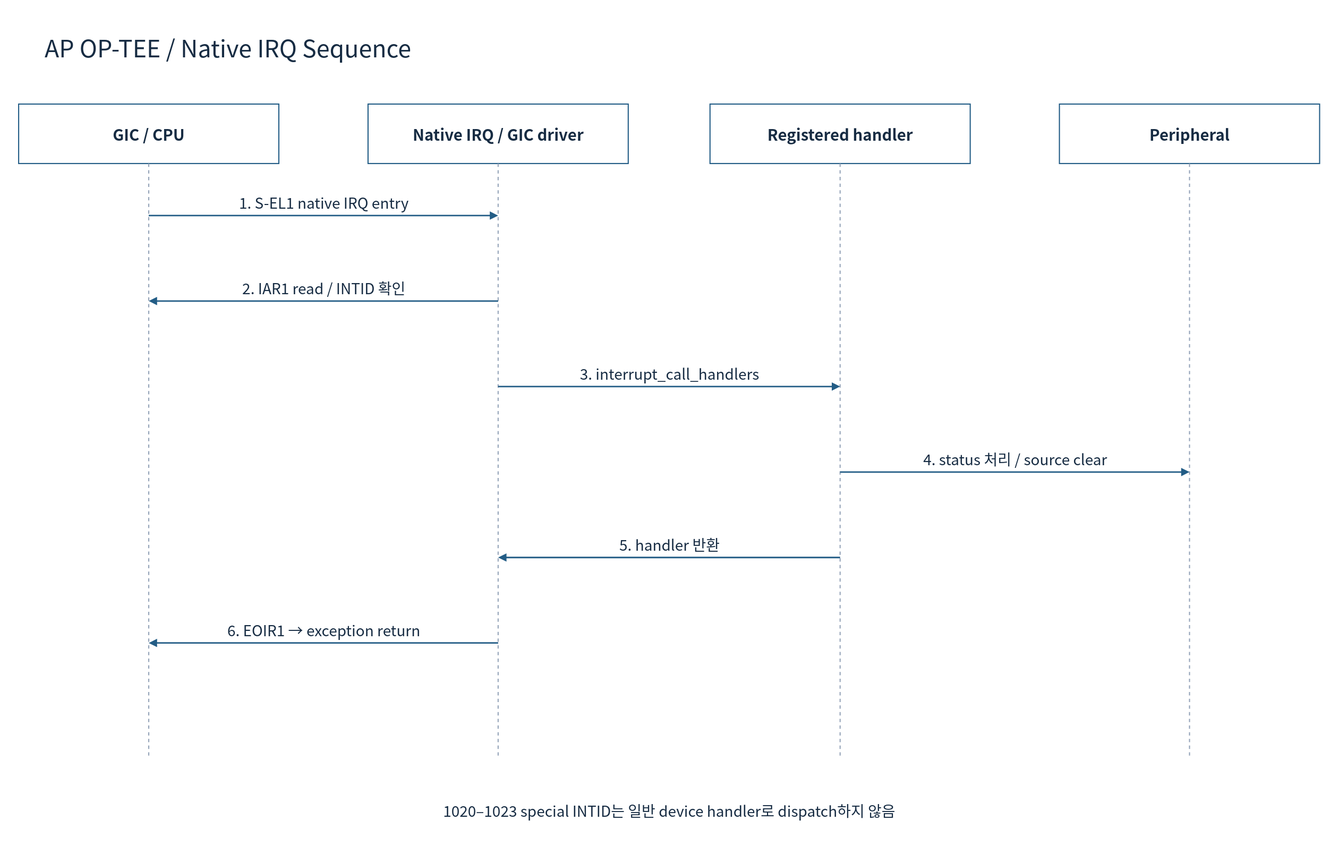
cometzero/project-apollo keeps this draw.io diagram as doc/phase1/interrupt/diagrams/09d-optee-sequence.drawio.svg. Above is the earlier version. Source tidied: cells renumbered, new cells last; positions are measured from the earlier drawing's top-left corner, leaving out a move shared by most shapes.
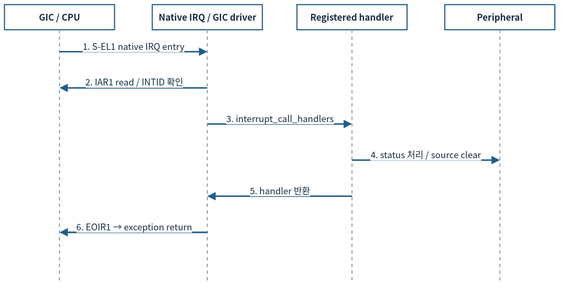
The same diagram one commit later.

Diff of the diagram source:
```diff
@@ -2,92 +2,83 @@
   <root>
     <mxCell id="0" />
     <mxCell id="1" parent="0" />
-    <mxCell id="2" style="rounded=0;whiteSpace=wrap;html=1;fillColor=#FFFFFF;strokeColor=none;strokeWidth=1.5;fontColor=#172C43;fontFamily=Noto Sans CJK KR;fontSize=22;spacing=10;" parent="1" vertex="1">
-      <mxGeometry width="1800" height="1160" as="geometry" />
-    </mxCell>
-    <mxCell id="3" value="AP OP-TEE / Native IRQ Sequence" style="rounded=0;whiteSpace=wrap;html=1;fillColor=#FFFFFF;strokeColor=none;strokeWidth=1.5;fontColor=#172C43;fontFamily=Noto Sans CJK KR;fontSize=22;spacing=10;fontSize=32;align=left;" parent="1" vertex="1">
-      <mxGeometry x="50" y="30" width="1700" height="65" as="geometry" />
-    </mxCell>
-    <mxCell id="4" value="GIC / CPU" style="rounded=0;whiteSpace=wrap;html=1;fillColor=#FFFFFF;strokeColor=#235D86;strokeWidth=1.5;fontColor=#172C43;fontFamily=Noto Sans CJK KR;fontSize=22;spacing=10;fontStyle=1;fontSize=21;" parent="1" vertex="1">
-      <mxGeometry x="25" y="140" width="350" height="80" as="geometry" />
+    <mxCell id="4" value="GIC / CPU" style="rounded=0;whiteSpace=wrap;html=1;fillColor=#FFFFFF;strokeColor=#235D86;strokeWidth=1.5;fontColor=#172C43;fontFamily=Noto Sans CJK KR;fontStyle=1;fontSize=12;spacing=3;whiteSpace=wrap;" parent="1" vertex="1">
+      <mxGeometry x="12" y="12" width="148" height="33.8" as="geometry" />
     </mxCell>
-    <mxCell id="5" style="endArrow=none;dashed=1;strokeColor=#94A3B8;strokeWidth=1.5;" parent="1" edge="1">
+    <mxCell id="5" style="endArrow=none;dashed=1;strokeColor=#94A3B8;strokeWidth=1.5;fontSize=12;spacing=3;whiteSpace=nowrap;" parent="1" edge="1">
       <mxGeometry relative="1" as="geometry">
-        <mxPoint x="200" y="220" as="sourcePoint" />
-        <mxPoint x="200" y="1020" as="targetPoint" />
+        <mxPoint x="86" y="45.8" as="sourcePoint" />
+        <mxPoint x="86" y="384.1" as="targetPoint" />
       </mxGeometry>
     </mxCell>
-    <mxCell id="6" value="Native IRQ / GIC driver" style="rounded=0;whiteSpace=wrap;html=1;fillColor=#FFFFFF;strokeColor=#235D86;strokeWidth=1.5;fontColor=#172C43;fontFamily=Noto Sans CJK KR;fontSize=22;spacing=10;fontStyle=1;fontSize=21;" parent="1" vertex="1">
-      <mxGeometry x="495" y="140" width="350" height="80" as="geometry" />
+    <mxCell id="6" value="Native IRQ / GIC driver" style="rounded=0;whiteSpace=wrap;html=1;fillColor=#FFFFFF;strokeColor=#235D86;strokeWidth=1.5;fontColor=#172C43;fontFamily=Noto Sans CJK KR;fontStyle=1;fontSize=12;spacing=3;whiteSpace=wrap;" parent="1" vertex="1">
+      <mxGeometry x="210.7" y="12" width="148" height="33.8" as="geometry" />
     </mxCell>
-    <mxCell id="7" style="endArrow=none;dashed=1;strokeColor=#94A3B8;strokeWidth=1.5;" parent="1" edge="1">
+    <mxCell id="7" style="endArrow=none;dashed=1;strokeColor=#94A3B8;strokeWidth=1.5;fontSize=12;spacing=3;whiteSpace=nowrap;" parent="1" edge="1">
       <mxGeometry relative="1" as="geometry">
-        <mxPoint x="670" y="220" as="sourcePoint" />
-        <mxPoint x="670" y="1020" as="targetPoint" />
+        <mxPoint x="284.7" y="45.8" as="sourcePoint" />
+        <mxPoint x="284.7" y="384.1" as="targetPoint" />
       </mxGeometry>
     </mxCell>
-    <mxCell id="8" value="Registered handler" style="rounded=0;whiteSpace=wrap;html=1;fillColor=#FFFFFF;strokeColor=#235D86;strokeWidth=1.5;fontColor=#172C43;fontFamily=Noto Sans CJK KR;fontSize=22;spacing=10;fontStyle=1;fontSize=21;" parent="1" vertex="1">
-      <mxGeometry x="955" y="140" width="350" height="80" as="geometry" />
+    <mxCell id="8" value="Registered handler" style="rounded=0;whiteSpace=wrap;html=1;fillColor=#FFFFFF;strokeColor=#235D86;strokeWidth=1.5;fontColor=#172C43;fontFamily=Noto Sans CJK KR;fontStyle=1;fontSize=12;spacing=3;whiteSpace=wrap;" parent="1" vertex="1">
+      <mxGeometry x="405.3" y="12" width="148" height="33.8" as="geometry" />
     </mxCell>
-    <mxCell id="9" style="endArrow=none;dashed=1;strokeColor=#94A3B8;strokeWidth=1.5;" parent="1" edge="1">
+    <mxCell id="9" style="endArrow=none;dashed=1;strokeColor=#94A3B8;strokeWidth=1.5;fontSize=12;spacing=3;whiteSpace=nowrap;" parent="1" edge="1">
       <mxGeometry relative="1" as="geometry">
-        <mxPoint x="1130" y="220" as="sourcePoint" />
-        <mxPoint x="1130" y="1020" as="targetPoint" />
+        <mxPoint x="479.3" y="45.8" as="sourcePoint" />
+        <mxPoint x="479.3" y="384.1" as="targetPoint" />
       </mxGeometry>
     </mxCell>
-    <mxCell id="10" value="Peripheral" style="rounded=0;whiteSpace=wrap;html=1;fillColor=#FFFFFF;strokeColor=#235D86;strokeWidth=1.5;fontColor=#172C43;fontFamily=Noto Sans CJK KR;fontSize=22;spacing=10;fontStyle=1;fontSize=21;" parent="1" vertex="1">
-      <mxGeometry x="1425" y="140" width="350" height="80" as="geometry" />
+    <mxCell id="10" value="Peripheral" style="rounded=0;whiteSpace=wrap;html=1;fillColor=#FFFFFF;strokeColor=#235D86;strokeWidth=1.5;fontColor=#172C43;fontFamily=Noto Sans CJK KR;fontStyle=1;fontSize=12;spacing=3;whiteSpace=wrap;" parent="1" vertex="1">
+      <mxGeometry x="604" y="12" width="148" height="33.8" as="geometry" />
     </mxCell>
-    <mxCell id="11" style="endArrow=none;dashed=1;strokeColor=#94A3B8;strokeWidth=1.5;" parent="1" edge="1">
+    <mxCell id="11" style="endArrow=none;dashed=1;strokeColor=#94A3B8;strokeWidth=1.5;fontSize=12;spacing=3;whiteSpace=nowrap;" parent="1" edge="1">
       <mxGeometry relative="1" as="geometry">
-        <mxPoint x="1600" y="220" as="sourcePoint" />
-        <mxPoint x="1600" y="1020" as="targetPoint" />
+        <mxPoint x="678" y="45.8" as="sourcePoint" />
+        <mxPoint x="678" y="384.1" as="targetPoint" />
       </mxGeometry>
     </mxCell>
-    <mxCell id="12" value="1. S-EL1 native IRQ entry" style="edgeStyle=none;html=1;endArrow=block;endFill=1;strokeColor=#235D86;strokeWidth=2;fontColor=#172C43;fontFamily=Noto Sans CJK KR;fontSize=20;labelBackgroundColor=#FFFFFF;" parent="1" edge="1">
+    <mxCell id="12" value="1. S-EL1 native IRQ entry" style="edgeStyle=none;html=1;endArrow=block;endFill=1;strokeColor=#235D86;strokeWidth=2;fontColor=#172C43;fontFamily=Noto Sans CJK KR;labelBackgroundColor=#FFFFFF;fontSize=12;spacing=3;whiteSpace=nowrap;" parent="1" edge="1">
       <mxGeometry relative="1" as="geometry">
-        <mxPoint x="200" y="290" as="sourcePoint" />
-        <mxPoint x="670" y="290" as="targetPoint" />
-        <mxPoint y="-18" as="offset" />
+        <mxPoint x="86" y="75.4" as="sourcePoint" />
+        <mxPoint x="284.7" y="75.4" as="targetPoint" />
+        <mxPoint y="-7.6" as="offset" />
       </mxGeometry>
     </mxCell>
-    <mxCell id="13" value="2. IAR1 read / INTID 확인" style="edgeStyle=none;html=1;endArrow=block;endFill=1;strokeColor=#235D86;strokeWidth=2;fontColor=#172C43;fontFamily=Noto Sans CJK KR;fontSize=20;labelBackgroundColor=#FFFFFF;" parent="1" edge="1">
+    <mxCell id="13" value="2. IAR1 read / INTID 확인" style="edgeStyle=none;html=1;endArrow=block;endFill=1;strokeColor=#235D86;strokeWidth=2;fontColor=#172C43;fontFamily=Noto Sans CJK KR;labelBackgroundColor=#FFFFFF;fontSize=12;spacing=3;whiteSpace=nowrap;" parent="1" edge="1">
       <mxGeometry relative="1" as="geometry">
-        <mxPoint x="670" y="405" as="sourcePoint" />
-        <mxPoint x="200" y="405" as="targetPoint" />
-        <mxPoint y="-18" as="offset" />
+        <mxPoint x="284.7" y="124.1" as="sourcePoint" />
+        <mxPoint x="86" y="124.1" as="targetPoint" />
+        <mxPoint y="-7.6" as="offset" />
       </mxGeometry>
     </mxCell>
-    <mxCell id="14" value="3. interrupt_call_handlers" style="edgeStyle=none;html=1;endArrow=block;endFill=1;strokeColor=#235D86;strokeWidth=2;fontColor=#172C43;fontFamily=Noto Sans CJK KR;fontSize=20;labelBackgroundColor=#FFFFFF;" parent="1" edge="1">
+    <mxCell id="14" value="3. interrupt_call_handlers" style="edgeStyle=none;html=1;endArrow=block;endFill=1;strokeColor=#235D86;strokeWidth=2;fontColor=#172C43;fontFamily=Noto Sans CJK KR;labelBackgroundColor=#FFFFFF;fontSize=12;spacing=3;whiteSpace=nowrap;" parent="1" edge="1">
       <mxGeometry relative="1" as="geometry">
-        <mxPoint x="670" y="520" as="sourcePoint" />
-        <mxPoint x="1130" y="520" as="targetPoint" />
-        <mxPoint y="-18" as="offset" />
+        <mxPoint x="284.7" y="172.7" as="sourcePoint" />
+        <mxPoint x="479.3" y="172.7" as="targetPoint" />
+        <mxPoint y="-7.6" as="offset" />
       </mxGeometry>
     </mxCell>
-    <mxCell id="15" value="4. status 처리 / source clear" style="edgeStyle=none;html=1;endArrow=block;endFill=1;strokeColor=#235D86;strokeWidth=2;fontColor=#172C43;fontFamily=Noto Sans CJK KR;fontSize=20;labelBackgroundColor=#FFFFFF;" parent="1" edge="1">
+    <mxCell id="15" value="4. status 처리 / source clear" style="edgeStyle=none;html=1;endArrow=block;endFill=1;strokeColor=#235D86;strokeWidth=2;fontColor=#172C43;fontFamily=Noto Sans CJK KR;labelBackgroundColor=#FFFFFF;fontSize=12;spacing=3;whiteSpace=nowrap;" parent="1" edge="1">
       <mxGeometry relative="1" as="geometry">
-        <mxPoint x="1130" y="635" as="sourcePoint" />
-        <mxPoint x="1600" y="635" as="targetPoint" />
-        <mxPoint y="-18" as="offset" />
+        <mxPoint x="479.3" y="221.3" as="sourcePoint" />
+        <mxPoint x="678" y="221.3" as="targetPoint" />
+        <mxPoint y="-7.6" as="offset" />
       </mxGeometry>
     </mxCell>
-    <mxCell id="16" value="5. handler 반환" style="edgeStyle=none;html=1;endArrow=block;endFill=1;strokeColor=#235D86;strokeWidth=2;fontColor=#172C43;fontFamily=Noto Sans CJK KR;fontSize=20;labelBackgroundColor=#FFFFFF;" parent="1" edge="1">
+    <mxCell id="16" value="5. handler 반환" style="edgeStyle=none;html=1;endArrow=block;endFill=1;strokeColor=#235D86;strokeWidth=2;fontColor=#172C43;fontFamily=Noto Sans CJK KR;labelBackgroundColor=#FFFFFF;fontSize=12;spacing=3;whiteSpace=nowrap;" parent="1" edge="1">
       <mxGeometry relative="1" as="geometry">
-        <mxPoint x="1130" y="750" as="sourcePoint" />
-        <mxPoint x="670" y="750" as="targetPoint" />
-        <mxPoint y="-18" as="offset" />
+        <mxPoint x="479.3" y="269.9" as="sourcePoint" />
+        <mxPoint x="284.7" y="269.9" as="targetPoint" />
+        <mxPoint y="-7.6" as="offset" />
       </mxGeometry>
     </mxCell>
-    <mxCell id="17" value="6. EOIR1 → exception return" style="edgeStyle=none;html=1;endArrow=block;endFill=1;strokeColor=#235D86;strokeWidth=2;fontColor=#172C43;fontFamily=Noto Sans CJK KR;fontSize=20;labelBackgroundColor=#FFFFFF;" parent="1" edge="1">
+    <mxCell id="17" value="6. EOIR1 → exception return" style="edgeStyle=none;html=1;endArrow=block;endFill=1;strokeColor=#235D86;strokeWidth=2;fontColor=#172C43;fontFamily=Noto Sans CJK KR;labelBackgroundColor=#FFFFFF;fontSize=12;spacing=3;whiteSpace=nowrap;" parent="1" edge="1">
       <mxGeometry relative="1" as="geometry">
-        <mxPoint x="670" y="865" as="sourcePoint" />
-        <mxPoint x="200" y="865" as="targetPoint" />
-        <mxPoint y="-18" as="offset" />
+        <mxPoint x="284.7" y="318.6" as="sourcePoint" />
+        <mxPoint x="86" y="318.6" as="targetPoint" />
+        <mxPoint y="-7.6" as="offset" />
       </mxGeometry>
     </mxCell>
-    <mxCell id="18" value="1020–1023 special INTID는 일반 device handler로 dispatch하지 않음" style="rounded=0;whiteSpace=wrap;html=1;fillColor=#FFFFFF;strokeColor=none;strokeWidth=1.5;fontColor=#172C43;fontFamily=Noto Sans CJK KR;fontSize=22;spacing=10;fontSize=20;" parent="1" vertex="1">
-      <mxGeometry x="50" y="1060" width="1700" height="60" as="geometry" />
-    </mxCell>
   </root>
 </mxGraphModel>
```
